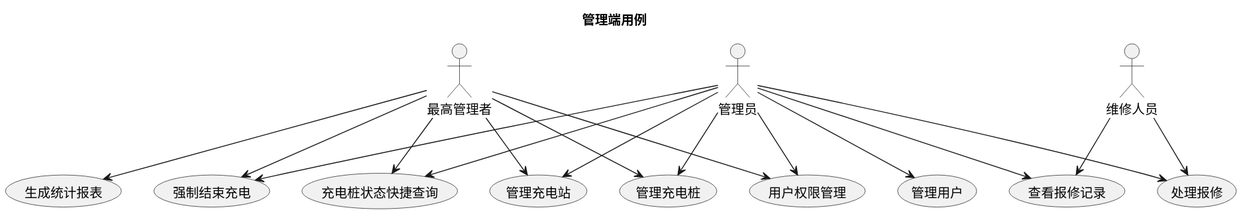
Earlier version of the PlantUML export usecase/docs/overview/img/admin_usecases.svg (greenhandzdl/charging-station-doc).
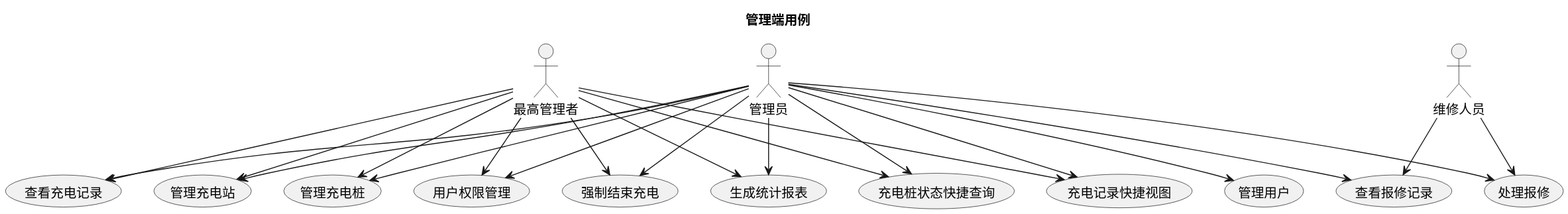
After the change.

What changed in the source:
```diff
@@ -17,6 +17,8 @@
 usecase "强制结束充电" as FSC
 usecase "生成统计报表" as GS
 usecase "充电桩状态快捷查询" as QC
+usecase "充电记录快捷视图" as QV
+usecase "查看充电记录" as VCR
 
 A --> MS
 A --> MC
@@ -25,13 +27,18 @@
 A --> HR
 A --> VR
 A --> FSC
+A --> GS
 A --> QC
+A --> QV
+A --> VCR
 SA --> MS
 SA --> MC
 SA --> PM
 SA --> GS
 SA --> FSC
 SA --> QC
+SA --> QV
+SA --> VCR
 M --> HR
 M --> VR
 @enduml
```
